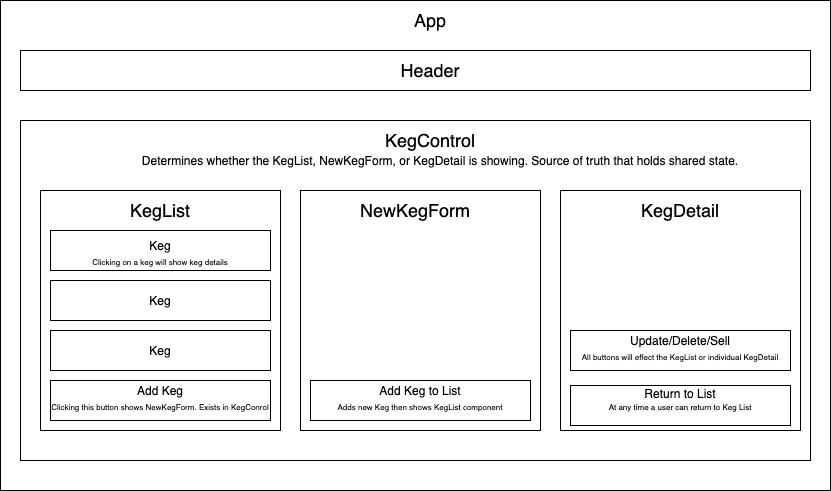
The draw.io diagram images/TapRoomDiagram.png in akjk22/redux-taproom-project, before a commit. Source tidied: cells renumbered, new cells last; positions are measured from the earlier drawing's top-left corner, leaving out a move shared by most shapes. The source it was exported from:
```xml
<mxGraphModel>
  <root>
    <mxCell id="0" />
    <mxCell id="1" parent="0" />
    <mxCell id="2" style="rounded=0;whiteSpace=wrap;html=1;" parent="1" vertex="1">
      <mxGeometry width="830" height="490" as="geometry" />
    </mxCell>
    <mxCell id="3" value="&lt;font style=&quot;font-size: 18px&quot;&gt;App&lt;/font&gt;" style="text;html=1;strokeColor=none;fillColor=none;align=center;verticalAlign=middle;whiteSpace=wrap;rounded=0;" parent="1" vertex="1">
      <mxGeometry x="410" y="10" width="40" height="20" as="geometry" />
    </mxCell>
    <mxCell id="4" style="rounded=0;whiteSpace=wrap;html=1;" parent="1" vertex="1">
      <mxGeometry x="20" y="50" width="790" height="40" as="geometry" />
    </mxCell>
    <mxCell id="5" value="&lt;font style=&quot;font-size: 18px&quot;&gt;Header&lt;/font&gt;" style="text;html=1;strokeColor=none;fillColor=none;align=center;verticalAlign=middle;whiteSpace=wrap;rounded=0;" parent="1" vertex="1">
      <mxGeometry x="410" y="60" width="40" height="20" as="geometry" />
    </mxCell>
    <mxCell id="6" style="rounded=0;whiteSpace=wrap;html=1;" parent="1" vertex="1">
      <mxGeometry x="20" y="120" width="790" height="340" as="geometry" />
    </mxCell>
    <mxCell id="7" value="&lt;font style=&quot;font-size: 18px&quot;&gt;KegControl&lt;/font&gt;" style="text;html=1;strokeColor=none;fillColor=none;align=center;verticalAlign=middle;whiteSpace=wrap;rounded=0;" parent="1" vertex="1">
      <mxGeometry x="410" y="130" width="40" height="20" as="geometry" />
    </mxCell>
    <mxCell id="8" value="Determines whether the KegList, NewKegForm, or KegDetail is showing. Source of truth that holds shared state." style="text;html=1;strokeColor=none;fillColor=none;align=center;verticalAlign=middle;whiteSpace=wrap;rounded=0;" parent="1" vertex="1">
      <mxGeometry x="130" y="150" width="620" height="20" as="geometry" />
    </mxCell>
    <mxCell id="9" style="whiteSpace=wrap;html=1;" parent="1" vertex="1">
      <mxGeometry x="40" y="190" width="240" height="240" as="geometry" />
    </mxCell>
    <mxCell id="10" style="whiteSpace=wrap;html=1;" parent="1" vertex="1">
      <mxGeometry x="300" y="190" width="240" height="240" as="geometry" />
    </mxCell>
    <mxCell id="11" style="whiteSpace=wrap;html=1;" parent="1" vertex="1">
      <mxGeometry x="560" y="190" width="240" height="240" as="geometry" />
    </mxCell>
    <mxCell id="12" value="&lt;font style=&quot;font-size: 18px&quot;&gt;NewKegForm&lt;/font&gt;" style="text;html=1;strokeColor=none;fillColor=none;align=center;verticalAlign=middle;whiteSpace=wrap;rounded=0;" parent="1" vertex="1">
      <mxGeometry x="395" y="200" width="40" height="20" as="geometry" />
    </mxCell>
    <mxCell id="13" value="&lt;font style=&quot;font-size: 18px&quot;&gt;KegList&lt;/font&gt;" style="text;html=1;strokeColor=none;fillColor=none;align=center;verticalAlign=middle;whiteSpace=wrap;rounded=0;" parent="1" vertex="1">
      <mxGeometry x="140" y="200" width="40" height="20" as="geometry" />
    </mxCell>
    <mxCell id="14" value="&lt;font style=&quot;font-size: 18px&quot;&gt;KegDetail&lt;br&gt;&lt;/font&gt;" style="text;html=1;strokeColor=none;fillColor=none;align=center;verticalAlign=middle;whiteSpace=wrap;rounded=0;" parent="1" vertex="1">
      <mxGeometry x="660" y="200" width="40" height="20" as="geometry" />
    </mxCell>
    <mxCell id="15" style="rounded=0;whiteSpace=wrap;html=1;" parent="1" vertex="1">
      <mxGeometry x="50" y="230" width="220" height="40" as="geometry" />
    </mxCell>
    <mxCell id="16" style="rounded=0;whiteSpace=wrap;html=1;" parent="1" vertex="1">
      <mxGeometry x="50" y="280" width="220" height="40" as="geometry" />
    </mxCell>
    <mxCell id="17" style="rounded=0;whiteSpace=wrap;html=1;" parent="1" vertex="1">
      <mxGeometry x="50" y="330" width="220" height="40" as="geometry" />
    </mxCell>
    <mxCell id="18" style="rounded=0;whiteSpace=wrap;html=1;" parent="1" vertex="1">
      <mxGeometry x="50" y="380" width="220" height="40" as="geometry" />
    </mxCell>
    <mxCell id="19" style="rounded=0;whiteSpace=wrap;html=1;" parent="1" vertex="1">
      <mxGeometry x="310" y="380" width="220" height="40" as="geometry" />
    </mxCell>
    <mxCell id="20" value="&lt;span style=&quot;color: rgb(0 , 0 , 0) ; font-family: &amp;#34;helvetica&amp;#34; ; font-size: 8px ; font-style: normal ; font-weight: 400 ; letter-spacing: normal ; text-align: center ; text-indent: 0px ; text-transform: none ; word-spacing: 0px ; background-color: rgb(248 , 249 , 250) ; float: none ; display: inline&quot;&gt;&lt;br&gt;&lt;/span&gt;" style="rounded=0;whiteSpace=wrap;html=1;" parent="1" vertex="1">
      <mxGeometry x="570" y="330" width="220" height="40" as="geometry" />
    </mxCell>
    <mxCell id="21" value="&lt;font style=&quot;font-size: 12px&quot;&gt;Keg&lt;/font&gt;" style="text;html=1;strokeColor=none;fillColor=none;align=center;verticalAlign=middle;whiteSpace=wrap;rounded=0;" parent="1" vertex="1">
      <mxGeometry x="140" y="235" width="40" height="20" as="geometry" />
    </mxCell>
    <mxCell id="22" value="&lt;font style=&quot;font-size: 8px&quot;&gt;Clicking on a keg will show keg details&lt;/font&gt;" style="text;html=1;strokeColor=none;fillColor=none;align=center;verticalAlign=middle;whiteSpace=wrap;rounded=0;" parent="1" vertex="1">
      <mxGeometry x="50" y="250" width="220" height="20" as="geometry" />
    </mxCell>
    <mxCell id="23" value="&lt;font style=&quot;font-size: 12px&quot;&gt;Keg&lt;/font&gt;" style="text;html=1;strokeColor=none;fillColor=none;align=center;verticalAlign=middle;whiteSpace=wrap;rounded=0;" parent="1" vertex="1">
      <mxGeometry x="140" y="290" width="40" height="20" as="geometry" />
    </mxCell>
    <mxCell id="24" value="&lt;font style=&quot;font-size: 12px&quot;&gt;Keg&lt;/font&gt;" style="text;html=1;strokeColor=none;fillColor=none;align=center;verticalAlign=middle;whiteSpace=wrap;rounded=0;" parent="1" vertex="1">
      <mxGeometry x="140" y="340" width="40" height="20" as="geometry" />
    </mxCell>
    <mxCell id="25" value="&lt;font style=&quot;font-size: 12px&quot;&gt;Add Keg&lt;/font&gt;" style="text;html=1;strokeColor=none;fillColor=none;align=center;verticalAlign=middle;whiteSpace=wrap;rounded=0;" parent="1" vertex="1">
      <mxGeometry x="110" y="380" width="100" height="20" as="geometry" />
    </mxCell>
    <mxCell id="26" value="&lt;font style=&quot;font-size: 8px&quot;&gt;Clicking this button shows NewKegForm. Exists in KegConrol&lt;/font&gt;" style="text;html=1;strokeColor=none;fillColor=none;align=center;verticalAlign=middle;whiteSpace=wrap;rounded=0;" parent="1" vertex="1">
      <mxGeometry x="50" y="390" width="220" height="30" as="geometry" />
    </mxCell>
    <mxCell id="27" value="&lt;font style=&quot;font-size: 8px&quot;&gt;Adds new Keg then shows KegList component&lt;/font&gt;" style="text;html=1;strokeColor=none;fillColor=none;align=center;verticalAlign=middle;whiteSpace=wrap;rounded=0;" parent="1" vertex="1">
      <mxGeometry x="310" y="390" width="220" height="30" as="geometry" />
    </mxCell>
    <mxCell id="28" value="&lt;font style=&quot;font-size: 12px&quot;&gt;Update/Delete/Sell&lt;br&gt;&lt;/font&gt;" style="text;html=1;strokeColor=none;fillColor=none;align=center;verticalAlign=middle;whiteSpace=wrap;rounded=0;" parent="1" vertex="1">
      <mxGeometry x="660" y="330" width="40" height="20" as="geometry" />
    </mxCell>
    <mxCell id="29" value="&lt;font style=&quot;font-size: 12px&quot;&gt;Add Keg to List&lt;/font&gt;" style="text;html=1;strokeColor=none;fillColor=none;align=center;verticalAlign=middle;whiteSpace=wrap;rounded=0;" parent="1" vertex="1">
      <mxGeometry x="360" y="380" width="120" height="20" as="geometry" />
    </mxCell>
    <mxCell id="30" value="&lt;span style=&quot;font-size: 8px&quot;&gt;All buttons will effect the KegList or individual KegDetail&lt;/span&gt;" style="text;html=1;strokeColor=none;fillColor=none;align=center;verticalAlign=middle;whiteSpace=wrap;rounded=0;" parent="1" vertex="1">
      <mxGeometry x="570" y="340" width="220" height="30" as="geometry" />
    </mxCell>
    <mxCell id="31" value="&lt;span style=&quot;color: rgb(0 , 0 , 0) ; font-family: &amp;#34;helvetica&amp;#34; ; font-size: 8px ; font-style: normal ; font-weight: 400 ; letter-spacing: normal ; text-align: center ; text-indent: 0px ; text-transform: none ; word-spacing: 0px ; background-color: rgb(248 , 249 , 250) ; float: none ; display: inline&quot;&gt;At any time a user can return to Keg List&lt;/span&gt;" style="rounded=0;whiteSpace=wrap;html=1;" parent="1" vertex="1">
      <mxGeometry x="570" y="385" width="220" height="40" as="geometry" />
    </mxCell>
    <mxCell id="32" value="&lt;font style=&quot;font-size: 12px&quot;&gt;Return to List&lt;/font&gt;" style="text;html=1;strokeColor=none;fillColor=none;align=center;verticalAlign=middle;whiteSpace=wrap;rounded=0;" parent="1" vertex="1">
      <mxGeometry x="620" y="380" width="120" height="25" as="geometry" />
    </mxCell>
  </root>
</mxGraphModel>
```
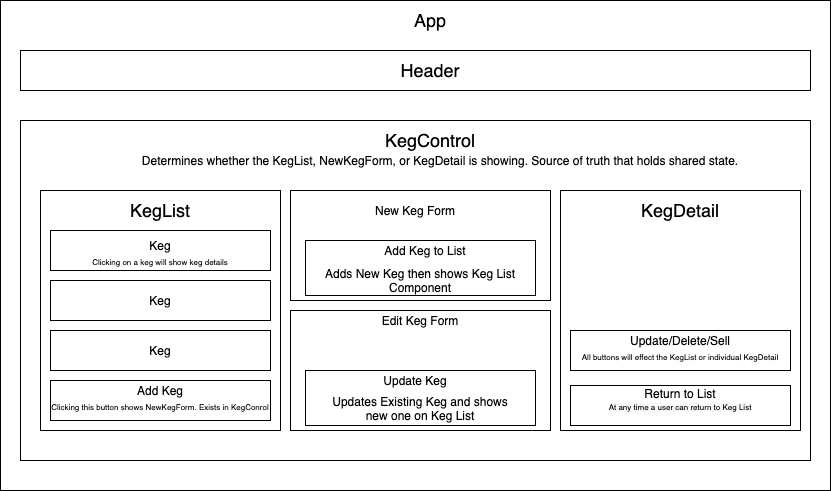
Later version of the same file.

The edit, as a diff of the source:
```diff
@@ -26,15 +26,9 @@
     <mxCell id="9" style="whiteSpace=wrap;html=1;" parent="1" vertex="1">
       <mxGeometry x="40" y="190" width="240" height="240" as="geometry" />
     </mxCell>
-    <mxCell id="10" style="whiteSpace=wrap;html=1;" parent="1" vertex="1">
-      <mxGeometry x="300" y="190" width="240" height="240" as="geometry" />
-    </mxCell>
     <mxCell id="11" style="whiteSpace=wrap;html=1;" parent="1" vertex="1">
       <mxGeometry x="560" y="190" width="240" height="240" as="geometry" />
     </mxCell>
-    <mxCell id="12" value="&lt;font style=&quot;font-size: 18px&quot;&gt;NewKegForm&lt;/font&gt;" style="text;html=1;strokeColor=none;fillColor=none;align=center;verticalAlign=middle;whiteSpace=wrap;rounded=0;" parent="1" vertex="1">
-      <mxGeometry x="395" y="200" width="40" height="20" as="geometry" />
-    </mxCell>
     <mxCell id="13" value="&lt;font style=&quot;font-size: 18px&quot;&gt;KegList&lt;/font&gt;" style="text;html=1;strokeColor=none;fillColor=none;align=center;verticalAlign=middle;whiteSpace=wrap;rounded=0;" parent="1" vertex="1">
       <mxGeometry x="140" y="200" width="40" height="20" as="geometry" />
     </mxCell>
@@ -53,9 +47,6 @@
     <mxCell id="18" style="rounded=0;whiteSpace=wrap;html=1;" parent="1" vertex="1">
       <mxGeometry x="50" y="380" width="220" height="40" as="geometry" />
     </mxCell>
-    <mxCell id="19" style="rounded=0;whiteSpace=wrap;html=1;" parent="1" vertex="1">
-      <mxGeometry x="310" y="380" width="220" height="40" as="geometry" />
-    </mxCell>
     <mxCell id="20" value="&lt;span style=&quot;color: rgb(0 , 0 , 0) ; font-family: &amp;#34;helvetica&amp;#34; ; font-size: 8px ; font-style: normal ; font-weight: 400 ; letter-spacing: normal ; text-align: center ; text-indent: 0px ; text-transform: none ; word-spacing: 0px ; background-color: rgb(248 , 249 , 250) ; float: none ; display: inline&quot;&gt;&lt;br&gt;&lt;/span&gt;" style="rounded=0;whiteSpace=wrap;html=1;" parent="1" vertex="1">
       <mxGeometry x="570" y="330" width="220" height="40" as="geometry" />
     </mxCell>
@@ -77,15 +68,9 @@
     <mxCell id="26" value="&lt;font style=&quot;font-size: 8px&quot;&gt;Clicking this button shows NewKegForm. Exists in KegConrol&lt;/font&gt;" style="text;html=1;strokeColor=none;fillColor=none;align=center;verticalAlign=middle;whiteSpace=wrap;rounded=0;" parent="1" vertex="1">
       <mxGeometry x="50" y="390" width="220" height="30" as="geometry" />
     </mxCell>
-    <mxCell id="27" value="&lt;font style=&quot;font-size: 8px&quot;&gt;Adds new Keg then shows KegList component&lt;/font&gt;" style="text;html=1;strokeColor=none;fillColor=none;align=center;verticalAlign=middle;whiteSpace=wrap;rounded=0;" parent="1" vertex="1">
-      <mxGeometry x="310" y="390" width="220" height="30" as="geometry" />
-    </mxCell>
     <mxCell id="28" value="&lt;font style=&quot;font-size: 12px&quot;&gt;Update/Delete/Sell&lt;br&gt;&lt;/font&gt;" style="text;html=1;strokeColor=none;fillColor=none;align=center;verticalAlign=middle;whiteSpace=wrap;rounded=0;" parent="1" vertex="1">
       <mxGeometry x="660" y="330" width="40" height="20" as="geometry" />
     </mxCell>
-    <mxCell id="29" value="&lt;font style=&quot;font-size: 12px&quot;&gt;Add Keg to List&lt;/font&gt;" style="text;html=1;strokeColor=none;fillColor=none;align=center;verticalAlign=middle;whiteSpace=wrap;rounded=0;" parent="1" vertex="1">
-      <mxGeometry x="360" y="380" width="120" height="20" as="geometry" />
-    </mxCell>
     <mxCell id="30" value="&lt;span style=&quot;font-size: 8px&quot;&gt;All buttons will effect the KegList or individual KegDetail&lt;/span&gt;" style="text;html=1;strokeColor=none;fillColor=none;align=center;verticalAlign=middle;whiteSpace=wrap;rounded=0;" parent="1" vertex="1">
       <mxGeometry x="570" y="340" width="220" height="30" as="geometry" />
     </mxCell>
@@ -95,5 +80,41 @@
     <mxCell id="32" value="&lt;font style=&quot;font-size: 12px&quot;&gt;Return to List&lt;/font&gt;" style="text;html=1;strokeColor=none;fillColor=none;align=center;verticalAlign=middle;whiteSpace=wrap;rounded=0;" parent="1" vertex="1">
       <mxGeometry x="620" y="380" width="120" height="25" as="geometry" />
     </mxCell>
+    <mxCell id="33" style="edgeStyle=orthogonalEdgeStyle;rounded=0;orthogonalLoop=1;jettySize=auto;html=1;exitX=0.5;exitY=1;exitDx=0;exitDy=0;" parent="1" edge="1">
+      <mxGeometry relative="1" as="geometry">
+        <mxPoint x="420" y="430" as="sourcePoint" />
+        <mxPoint x="420" y="430" as="targetPoint" />
+      </mxGeometry>
+    </mxCell>
+    <mxCell id="34" style="rounded=0;whiteSpace=wrap;html=1;" parent="1" vertex="1">
+      <mxGeometry x="290" y="190" width="260" height="110" as="geometry" />
+    </mxCell>
+    <mxCell id="35" style="rounded=0;whiteSpace=wrap;html=1;" parent="1" vertex="1">
+      <mxGeometry x="290" y="310" width="260" height="120" as="geometry" />
+    </mxCell>
+    <mxCell id="36" value="New Keg Form" style="text;html=1;strokeColor=none;fillColor=none;align=center;verticalAlign=middle;whiteSpace=wrap;rounded=0;" parent="1" vertex="1">
+      <mxGeometry x="360" y="200" width="110" height="20" as="geometry" />
+    </mxCell>
+    <mxCell id="37" value="Edit Keg Form" style="text;html=1;strokeColor=none;fillColor=none;align=center;verticalAlign=middle;whiteSpace=wrap;rounded=0;" parent="1" vertex="1">
+      <mxGeometry x="365" y="310" width="110" height="20" as="geometry" />
+    </mxCell>
+    <mxCell id="38" style="rounded=0;whiteSpace=wrap;html=1;" parent="1" vertex="1">
+      <mxGeometry x="305" y="240" width="230" height="55" as="geometry" />
+    </mxCell>
+    <mxCell id="39" style="rounded=0;whiteSpace=wrap;html=1;" parent="1" vertex="1">
+      <mxGeometry x="305" y="370" width="230" height="55" as="geometry" />
+    </mxCell>
+    <mxCell id="29" value="Add Keg to List" style="text;html=1;strokeColor=none;fillColor=none;align=center;verticalAlign=middle;whiteSpace=wrap;rounded=0;" parent="1" vertex="1">
+      <mxGeometry x="370" y="240" width="110" height="20" as="geometry" />
+    </mxCell>
+    <mxCell id="40" value="Update Keg" style="text;html=1;strokeColor=none;fillColor=none;align=center;verticalAlign=middle;whiteSpace=wrap;rounded=0;" parent="1" vertex="1">
+      <mxGeometry x="360" y="370" width="110" height="20" as="geometry" />
+    </mxCell>
+    <mxCell id="41" value="Adds New Keg then shows Keg List Component" style="text;html=1;strokeColor=none;fillColor=none;align=center;verticalAlign=middle;whiteSpace=wrap;rounded=0;" parent="1" vertex="1">
+      <mxGeometry x="310" y="270" width="220" height="20" as="geometry" />
+    </mxCell>
+    <mxCell id="42" value="Updates Existing Keg and shows new one on Keg List" style="text;html=1;strokeColor=none;fillColor=none;align=center;verticalAlign=middle;whiteSpace=wrap;rounded=0;" parent="1" vertex="1">
+      <mxGeometry x="320" y="400" width="200" height="15" as="geometry" />
+    </mxCell>
   </root>
 </mxGraphModel>
```
